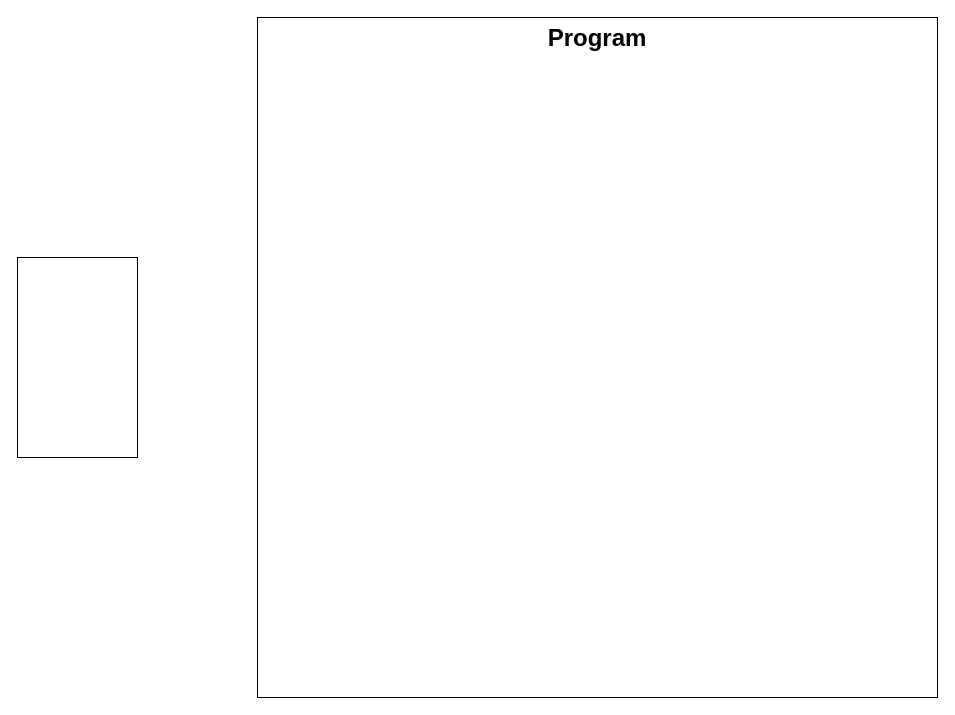
Earlier version of the draw.io diagram klasschema.drawio (jesperiksson/struc-mon). Source tidied: cells renumbered, new cells numbered last; positions are measured from the earlier drawing's top-left corner, leaving out a move shared by most shapes. Both pictures are drawn from the tidied source at 100%, with x=0, y=0 at pixel (17, 17). Pictures stored in the file or linked from it are replaced by grey dashed boxes.
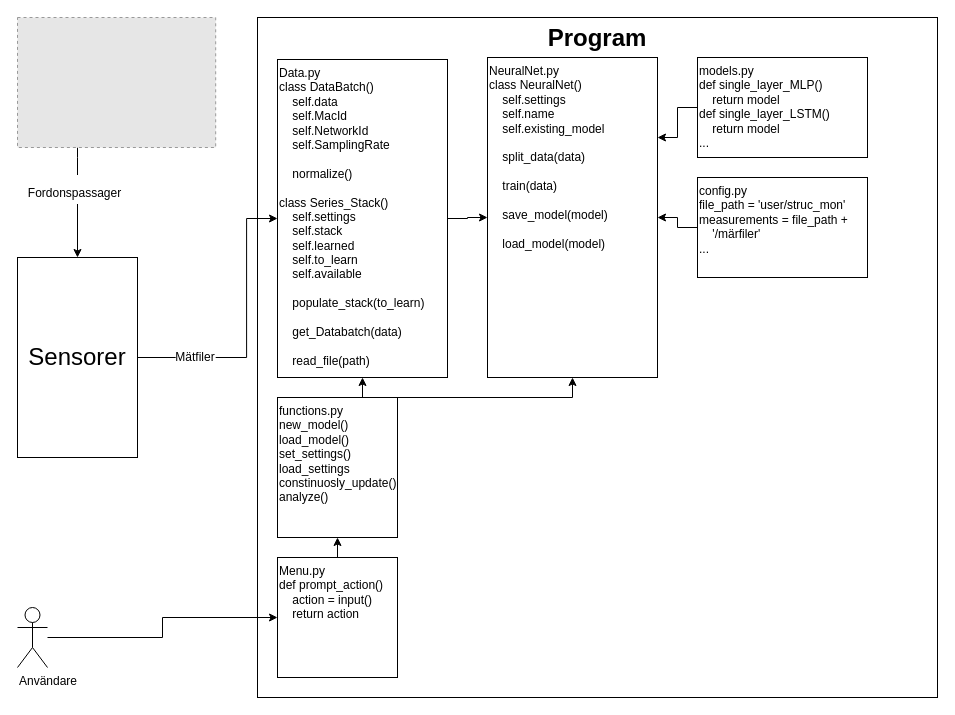
The same diagram, later.

Diff of the diagram source:
```diff
@@
-    <mxCell id="3" style="rounded=0;whiteSpace=wrap;html=1;fontSize=24;" parent="1" vertex="1">
+    <mxCell id="3" value="Sensorer" style="rounded=0;whiteSpace=wrap;html=1;fontSize=24;" parent="1" vertex="1">
       <mxGeometry y="240" width="120" height="200" as="geometry" />
     </mxCell>
+    <mxCell id="4" style="edgeStyle=orthogonalEdgeStyle;rounded=0;jettySize=auto;html=1;entryX=0.5;entryY=0;entryDx=0;entryDy=0;fontSize=24;" parent="1" edge="1" source="6" target="3">
+      <mxGeometry relative="1" as="geometry">
+        <Array as="points">
+          <mxPoint x="60" y="140" />
+          <mxPoint x="60" y="140" />
+        </Array>
+      </mxGeometry>
+    </mxCell>
+    <mxCell id="5" value="&lt;font&gt;&lt;font style=&quot;font-size: 12px&quot;&gt;Fordonspassager&lt;/font&gt;&lt;br&gt;&lt;/font&gt;" style="edgeLabel;html=1;align=center;verticalAlign=middle;fontSize=24;" parent="4" vertex="1">
+      <mxGeometry x="-0.26" y="-4" relative="1" as="geometry" />
+    </mxCell>
+    <mxCell id="6" style="fillColor=#E6E6E6;strokeColor=#999999;dashed=1;verticalLabelPosition=bottom;verticalAlign=top;fontSize=24;" parent="1" vertex="1">
+      <mxGeometry width="198.2" height="130" as="geometry" />
+    </mxCell>
+    <mxCell id="7" style="edgeStyle=orthogonalEdgeStyle;rounded=0;jettySize=auto;html=1;entryX=0;entryY=0.5;entryDx=0;entryDy=0;endArrow=classic;endFill=1;fontSize=12;" parent="1" edge="1" source="8" target="11">
+      <mxGeometry relative="1" as="geometry" />
+    </mxCell>
+    <mxCell id="8" value="Mätfiler" style="text;html=1;strokeColor=none;fillColor=none;align=center;verticalAlign=middle;whiteSpace=wrap;rounded=0;fontSize=12;" parent="1" vertex="1">
+      <mxGeometry x="158.2" y="330" width="40" height="20" as="geometry" />
+    </mxCell>
+    <mxCell id="9" style="edgeStyle=orthogonalEdgeStyle;rounded=0;jettySize=auto;html=1;entryX=0;entryY=0.5;entryDx=0;entryDy=0;fontSize=12;endArrow=none;endFill=0;" parent="1" edge="1" source="3" target="8">
+      <mxGeometry relative="1" as="geometry" />
+    </mxCell>
+    <mxCell id="10" style="edgeStyle=orthogonalEdgeStyle;rounded=0;jettySize=auto;html=1;entryX=0;entryY=0.5;entryDx=0;entryDy=0;endArrow=classic;endFill=1;fontSize=12;" parent="1" edge="1" source="11" target="12">
+      <mxGeometry relative="1" as="geometry" />
+    </mxCell>
+    <mxCell id="11" value="Data.py&lt;br&gt;class DataBatch()&lt;br&gt;&amp;nbsp; &amp;nbsp; self.data&lt;br&gt;&lt;div&gt;&amp;nbsp; &amp;nbsp; self.MacId&lt;/div&gt;&lt;div&gt;&amp;nbsp; &amp;nbsp; self.NetworkId&lt;/div&gt;&lt;div&gt;&amp;nbsp; &amp;nbsp; self.SamplingRate&lt;/div&gt;&lt;div&gt;&lt;br&gt;&lt;/div&gt;&lt;div&gt;&amp;nbsp; &amp;nbsp; normalize()&lt;/div&gt;&lt;div&gt;&lt;br&gt;&lt;/div&gt;class Series_Stack()&lt;br&gt;&amp;nbsp; &amp;nbsp; self.settings&lt;br&gt;&amp;nbsp; &amp;nbsp; self.stack&lt;br&gt;&amp;nbsp; &amp;nbsp; self.learned&lt;br&gt;&amp;nbsp; &amp;nbsp; self.to_learn&lt;br&gt;&amp;nbsp; &amp;nbsp; self.available&lt;br&gt;&lt;br&gt;&amp;nbsp; &amp;nbsp; populate_stack(to_learn)&lt;br&gt;&lt;br&gt;&amp;nbsp; &amp;nbsp; get_Databatch(data)&lt;br&gt;&lt;br&gt;&amp;nbsp; &amp;nbsp; read_file(path)" style="rounded=0;whiteSpace=wrap;html=1;fontSize=12;align=left;verticalAlign=top;" parent="1" vertex="1">
+      <mxGeometry x="260" y="42" width="170" height="318" as="geometry" />
+    </mxCell>
+    <mxCell id="12" value="NeuralNet.py&lt;br&gt;class NeuralNet()&lt;br&gt;&amp;nbsp; &amp;nbsp; self.settings&lt;br&gt;&amp;nbsp; &amp;nbsp; self.name&lt;br&gt;&amp;nbsp; &amp;nbsp; self.existing_model&lt;br&gt;&lt;br&gt;&amp;nbsp; &amp;nbsp; split_data(data)&lt;br&gt;&lt;br&gt;&amp;nbsp; &amp;nbsp; train(data)&lt;br&gt;&lt;br&gt;&amp;nbsp; &amp;nbsp; save_model(model)&lt;br&gt;&lt;br&gt;&amp;nbsp; &amp;nbsp; load_model(model)" style="rounded=0;whiteSpace=wrap;html=1;fontSize=12;align=left;verticalAlign=top;" parent="1" vertex="1">
+      <mxGeometry x="470" y="40" width="170" height="320" as="geometry" />
+    </mxCell>
+    <mxCell id="13" style="edgeStyle=orthogonalEdgeStyle;rounded=0;jettySize=auto;html=1;exitX=0;exitY=0.5;exitDx=0;exitDy=0;entryX=1;entryY=0.25;entryDx=0;entryDy=0;endArrow=classic;endFill=1;fontSize=12;" parent="1" edge="1" source="14" target="12">
+      <mxGeometry relative="1" as="geometry" />
+    </mxCell>
+    <mxCell id="14" value="models.py&lt;br&gt;def single_layer_MLP()&lt;br&gt;&amp;nbsp; &amp;nbsp; return model&lt;br&gt;def single_layer_LSTM()&lt;br&gt;&amp;nbsp; &amp;nbsp; return model&lt;br&gt;..." style="rounded=0;whiteSpace=wrap;html=1;fontSize=12;align=left;verticalAlign=top;" parent="1" vertex="1">
+      <mxGeometry x="680" y="40" width="170" height="100" as="geometry" />
+    </mxCell>
+    <mxCell id="15" style="edgeStyle=orthogonalEdgeStyle;rounded=0;jettySize=auto;html=1;exitX=0;exitY=0.5;exitDx=0;exitDy=0;entryX=1;entryY=0.5;entryDx=0;entryDy=0;endArrow=classic;endFill=1;fontSize=12;" parent="1" edge="1" source="16" target="12">
+      <mxGeometry relative="1" as="geometry" />
+    </mxCell>
+    <mxCell id="16" value="config.py&lt;br&gt;file_path = 'user/struc_mon'&lt;br&gt;measurements = file_path +&amp;nbsp;&lt;br&gt;&amp;nbsp; &amp;nbsp; '/märfiler'&lt;br&gt;...&lt;br&gt;" style="rounded=0;whiteSpace=wrap;html=1;fontSize=12;verticalAlign=top;align=left;" parent="1" vertex="1">
+      <mxGeometry x="680" y="160" width="170" height="100" as="geometry" />
+    </mxCell>
+    <mxCell id="17" style="edgeStyle=orthogonalEdgeStyle;rounded=0;jettySize=auto;html=1;exitX=0.5;exitY=0;exitDx=0;exitDy=0;entryX=0.5;entryY=1;entryDx=0;entryDy=0;endArrow=classic;endFill=1;fontSize=12;" parent="1" edge="1" source="18" target="23">
+      <mxGeometry relative="1" as="geometry" />
+    </mxCell>
+    <mxCell id="18" value="Menu.py&lt;br&gt;def prompt_action()&lt;br&gt;&amp;nbsp; &amp;nbsp; action = input()&lt;br&gt;&amp;nbsp; &amp;nbsp; return action" style="rounded=0;whiteSpace=wrap;html=1;fontSize=12;align=left;verticalAlign=top;" parent="1" vertex="1">
+      <mxGeometry x="260" y="540" width="120" height="120" as="geometry" />
+    </mxCell>
+    <mxCell id="19" style="edgeStyle=orthogonalEdgeStyle;rounded=0;jettySize=auto;html=1;entryX=0;entryY=0.5;entryDx=0;entryDy=0;endArrow=classic;endFill=1;fontSize=12;" parent="1" edge="1" source="20" target="18">
+      <mxGeometry relative="1" as="geometry" />
+    </mxCell>
+    <mxCell id="20" value="Användare" style="shape=umlActor;verticalLabelPosition=bottom;verticalAlign=top;html=1;outlineConnect=0;fontSize=12;align=left;" parent="1" vertex="1">
+      <mxGeometry y="590" width="30" height="60" as="geometry" />
+    </mxCell>
+    <mxCell id="21" style="edgeStyle=orthogonalEdgeStyle;rounded=0;jettySize=auto;html=1;exitX=0.5;exitY=0;exitDx=0;exitDy=0;entryX=0.5;entryY=1;entryDx=0;entryDy=0;endArrow=classic;endFill=1;fontSize=12;" parent="1" edge="1" source="23" target="11">
+      <mxGeometry relative="1" as="geometry" />
+    </mxCell>
+    <mxCell id="22" style="edgeStyle=orthogonalEdgeStyle;rounded=0;jettySize=auto;html=1;exitX=0.5;exitY=0;exitDx=0;exitDy=0;entryX=0.5;entryY=1;entryDx=0;entryDy=0;endArrow=classic;endFill=1;fontSize=12;" parent="1" edge="1" source="23" target="12">
+      <mxGeometry relative="1" as="geometry">
+        <Array as="points">
+          <mxPoint x="555" y="380" />
+        </Array>
+      </mxGeometry>
+    </mxCell>
+    <mxCell id="23" value="functions.py&lt;br&gt;new_model()&lt;br&gt;load_model()&lt;br&gt;set_settings()&lt;br&gt;load_settings&lt;br&gt;constinuosly_update()&lt;br&gt;analyze()" style="rounded=0;whiteSpace=wrap;html=1;fontSize=12;align=left;verticalAlign=top;" parent="1" vertex="1">
+      <mxGeometry x="260" y="380" width="120" height="140" as="geometry" />
+    </mxCell>
```
